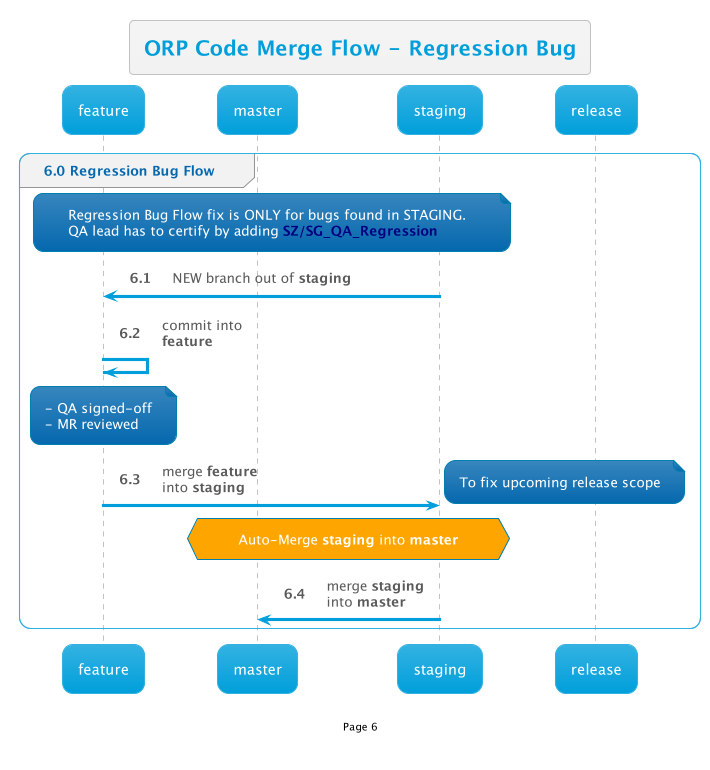
Before: out/RegularRelease/CodeMergeFlow/6/6.png, a diagram exported from PlantUML (thetomitomo/diagrams). The source it was exported from:
```plantuml
@startuml
!$AutonumStart = 6
!include __init__

title ORP Code Merge Flow - Regression Bug

group 6.0 Regression Bug Flow
    note over feature, staging : Regression Bug Flow fix is ONLY for bugs found in STAGING.\nQA lead has to certify by adding <b><color #Navy>SZ/SG_QA_Regression</color></b>
    staging -> feature: NEW branch out of <b>staging</b>

    feature -> feature: commit into\n<b>feature</b>
    note over feature: - QA signed-off\n- MR reviewed

    feature -> staging: merge <b>feature</b>\ninto <b>staging</b>
    note right
        To fix upcoming release scope
    end note

    hnote over master,staging #Orange:Auto-Merge **staging** into **master**
    staging -> master: merge <b>staging</b>\ninto <b>master</b>
end
@enduml
```
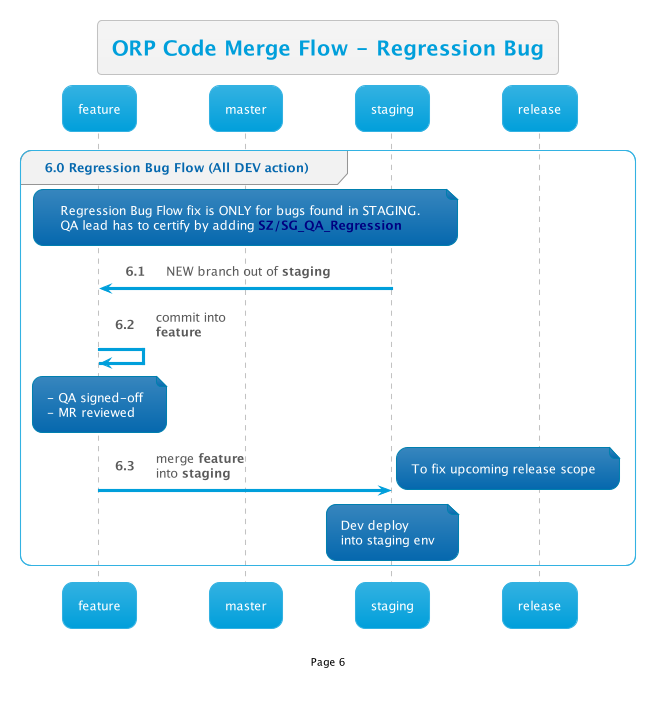
Later version of the same file.

Commit message:
update code merge flow

The edit, as a diff of the source:
```diff
@@ -4,7 +4,7 @@
 
 title ORP Code Merge Flow - Regression Bug
 
-group 6.0 Regression Bug Flow
+group 6.0 Regression Bug Flow (All DEV action)
     note over feature, staging : Regression Bug Flow fix is ONLY for bugs found in STAGING.\nQA lead has to certify by adding <b><color #Navy>SZ/SG_QA_Regression</color></b>
     staging -> feature: NEW branch out of <b>staging</b>
 
@@ -16,7 +16,6 @@
         To fix upcoming release scope
     end note
 
-    hnote over master,staging #Orange:Auto-Merge **staging** into **master**
-    staging -> master: merge <b>staging</b>\ninto <b>master</b>
+    note over staging: Dev deploy\ninto staging env
 end
 @enduml
```
